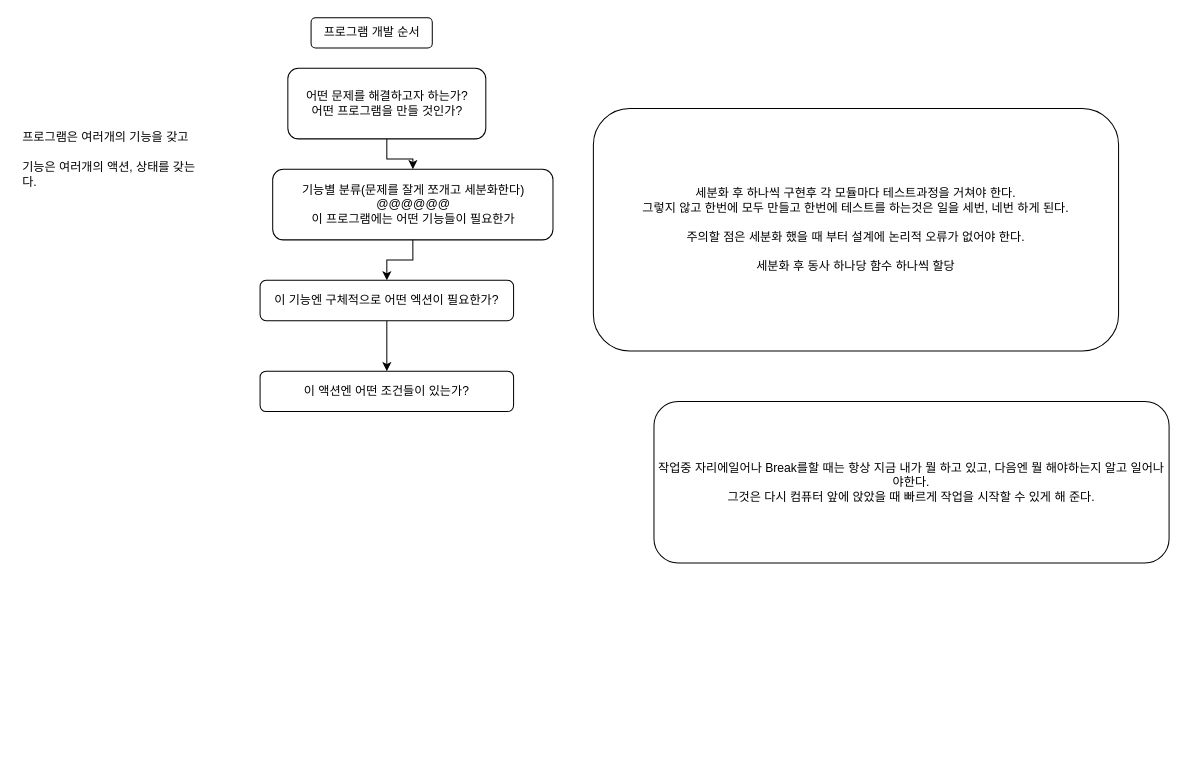
Above: 다이어그램/@@@@프로그램 구현 순서.drawio in steelfs/JY (draw.io), before the change. Source tidied: cells renumbered, new cells numbered last; positions are measured from the earlier drawing's top-left corner, leaving out a move shared by most shapes. Both pictures are drawn from the tidied source at 101%, with x=0, y=0 at pixel (17, 17).
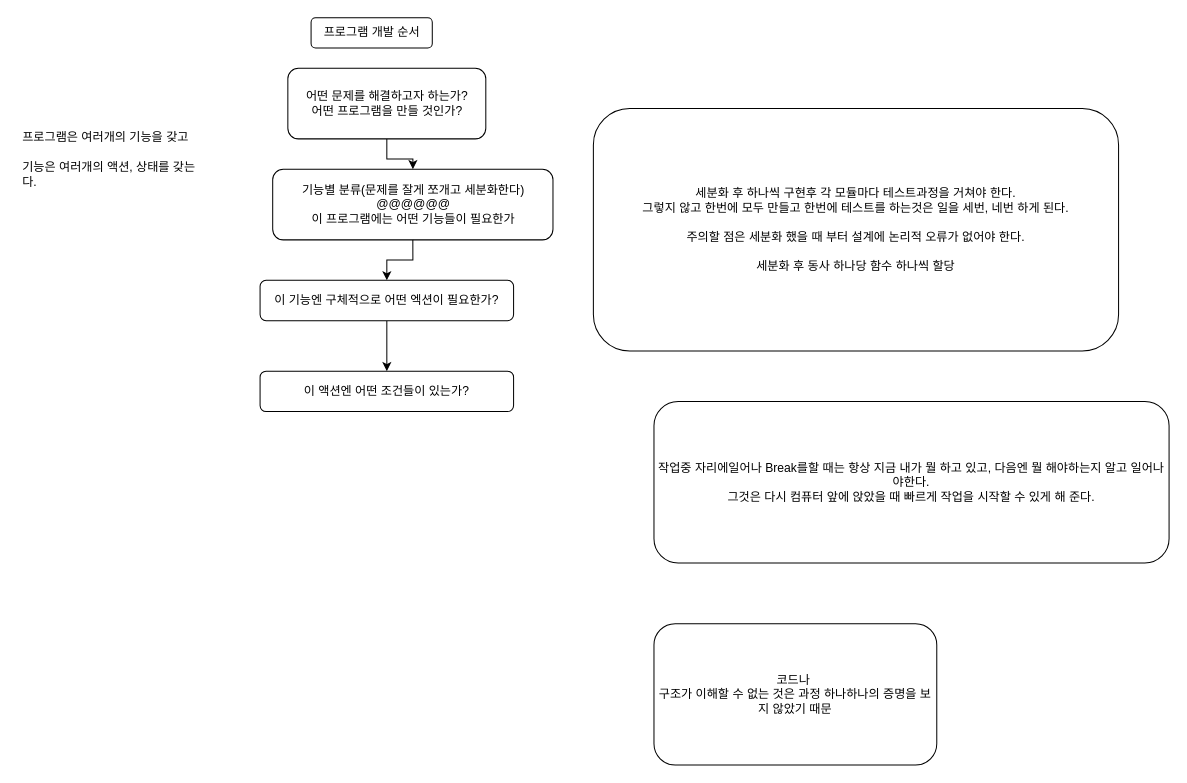
After the change.

Change to the diagram source:
```diff
@@
 <mxGraphModel>
   <root>
     <mxCell id="0" />
     <mxCell id="1" parent="0" />
     <mxCell id="2" value="기능별 분류(문제를 잘게 쪼개고 세분화한다)&lt;br&gt;@@@@@@&lt;br&gt;이 프로그램에는 어떤 기능들이 필요한가" style="rounded=1;whiteSpace=wrap;html=1;" parent="1" vertex="1">
       <mxGeometry x="252.5" y="150" width="277.5" height="70" as="geometry" />
     </mxCell>
     <mxCell id="3" value="프로그램 개발 순서" style="rounded=1;whiteSpace=wrap;html=1;" parent="1" vertex="1">
       <mxGeometry x="290.5" width="120" height="30" as="geometry" />
     </mxCell>
     <mxCell id="4" style="edgeStyle=orthogonalEdgeStyle;rounded=0;jettySize=auto;html=1;exitX=0.5;exitY=1;exitDx=0;exitDy=0;entryX=0.5;entryY=0;entryDx=0;entryDy=0;" parent="1" edge="1" source="2" target="6">
       <mxGeometry relative="1" as="geometry" />
     </mxCell>
     <mxCell id="5" style="edgeStyle=orthogonalEdgeStyle;rounded=0;jettySize=auto;html=1;exitX=0.5;exitY=1;exitDx=0;exitDy=0;" parent="1" edge="1" source="6" target="10">
       <mxGeometry relative="1" as="geometry" />
     </mxCell>
     <mxCell id="6" value="이 기능엔 구체적으로 어떤 엑션이 필요한가?" style="rounded=1;whiteSpace=wrap;html=1;" parent="1" vertex="1">
       <mxGeometry x="240" y="260" width="251" height="40" as="geometry" />
     </mxCell>
     <mxCell id="7" value="&lt;h1 style=&quot;font-size: 15px;&quot;&gt;&lt;br&gt;&lt;/h1&gt;&lt;div&gt;&lt;br&gt;&lt;/div&gt;&lt;div&gt;프로그램은 여러개의 기능을 갖고&lt;/div&gt;&lt;div&gt;&lt;br&gt;&lt;/div&gt;&lt;div&gt;기능은 여러개의 액션, 상태를 갖는다.&lt;/div&gt;" style="text;html=1;strokeColor=none;fillColor=none;spacing=5;spacingTop=-20;whiteSpace=wrap;overflow=hidden;rounded=0;" parent="1" vertex="1">
       <mxGeometry y="70" width="190" height="120" as="geometry" />
     </mxCell>
     <mxCell id="8" style="edgeStyle=orthogonalEdgeStyle;rounded=0;jettySize=auto;html=1;exitX=0.5;exitY=1;exitDx=0;exitDy=0;" parent="1" edge="1" source="9" target="2">
       <mxGeometry relative="1" as="geometry" />
     </mxCell>
     <mxCell id="9" value="어떤 문제를 해결하고자 하는가?&lt;br&gt;어떤 프로그램을 만들 것인가?" style="rounded=1;whiteSpace=wrap;html=1;" parent="1" vertex="1">
       <mxGeometry x="267.5" y="50" width="196" height="70" as="geometry" />
     </mxCell>
     <mxCell id="10" value="이 액션엔 어떤 조건들이 있는가?" style="rounded=1;whiteSpace=wrap;html=1;" parent="1" vertex="1">
       <mxGeometry x="240" y="350" width="251" height="40" as="geometry" />
     </mxCell>
     <mxCell id="11" value="세분화 후 하나씩 구현후 각 모듈마다 테스트과정을 거쳐야 한다.&lt;br&gt;그렇지 않고 한번에 모두 만들고 한번에 테스트를 하는것은 일을 세번, 네번 하게 된다.&lt;br&gt;&lt;br&gt;주의할 점은 세분화 했을 때 부터 설계에 논리적 오류가 없어야 한다.&lt;br&gt;&lt;br&gt;세분화 후 동사 하나당 함수 하나씩 할당" style="rounded=1;whiteSpace=wrap;html=1;" parent="1" vertex="1">
       <mxGeometry x="570" y="90" width="520" height="240" as="geometry" />
     </mxCell>
     <mxCell id="12" value="작업중 자리에일어나 Break를할 때는 항상 지금 내가 뭘 하고 있고, 다음엔 뭘 해야하는지 알고 일어나야한다.&lt;br&gt;그것은 다시 컴퓨터 앞에 앉았을 때 빠르게 작업을 시작할 수 있게 해 준다." style="rounded=1;whiteSpace=wrap;html=1;" parent="1" vertex="1">
       <mxGeometry x="630" y="380" width="510" height="160" as="geometry" />
     </mxCell>
+    <mxCell id="13" value="코드나&amp;nbsp;&lt;br&gt;구조가 이해할 수 없는 것은 과정 하나하나의 증명을 보지 않았기 때문" style="rounded=1;whiteSpace=wrap;html=1;" parent="1" vertex="1">
+      <mxGeometry x="630" y="600" width="280" height="140" as="geometry" />
+    </mxCell>
   </root>
 </mxGraphModel>
```
